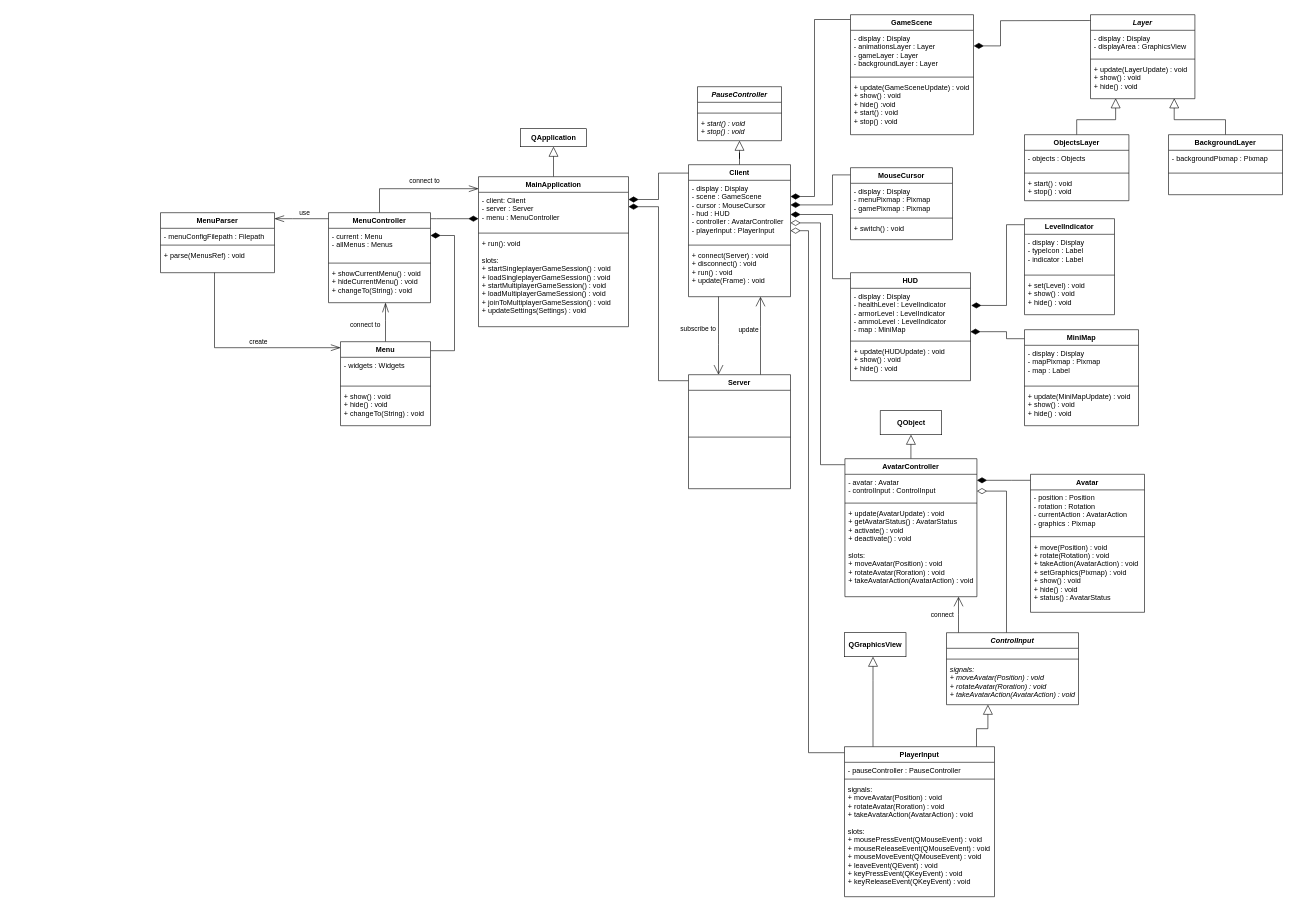
The draw.io diagram doc/class_diagram.drawio in TadekBiela/heisttown, before the edit. Source tidied: cells renumbered, new cells numbered last; positions are measured from the earlier drawing's top-left corner, leaving out a move shared by most shapes. Both pictures are drawn from the tidied source at 60%, with x=0, y=0 at pixel (160, 14).
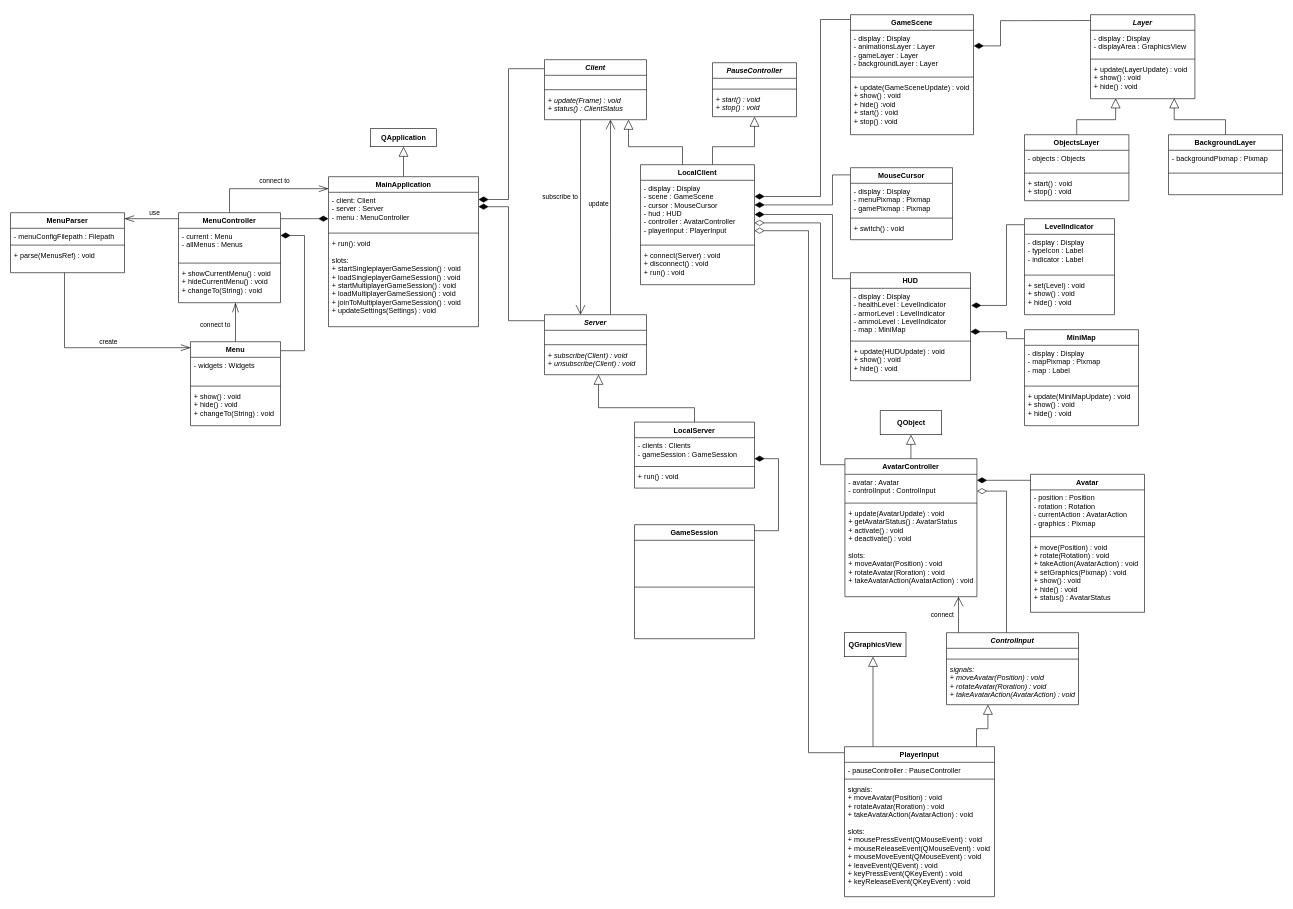
The same diagram, later.

Commit message:
Added Server class

Unchanged cells that the change refers to:
```xml
<mxCell id="4" value="- client: Client&#10;- server : Server&#10;- menu : MenuController" style="text;strokeColor=none;fillColor=none;align=left;verticalAlign=top;spacingLeft=4;spacingRight=4;overflow=hidden;points=[[0,0.5],[1,0.5]];portConstraint=eastwest;" parent="3" vertex="1">
  <mxGeometry y="26" width="250" height="64" as="geometry" />
</mxCell>
<mxCell id="19" value="- current : Menu&#10;- allMenus : Menus" style="text;strokeColor=none;fillColor=none;align=left;verticalAlign=top;spacingLeft=4;spacingRight=4;overflow=hidden;points=[[0,0.5],[1,0.5]];portConstraint=eastwest;" parent="18" vertex="1">
  <mxGeometry y="26" width="170" height="54" as="geometry" />
</mxCell>
<mxCell id="36" value="GameScene" style="swimlane;fontStyle=1;align=center;verticalAlign=top;horizontal=1;startSize=26;" parent="1" vertex="1">
  <mxGeometry x="1150" width="205" height="200" as="geometry" />
</mxCell>
<mxCell id="53" value="MouseCursor" style="swimlane;fontStyle=1;align=center;verticalAlign=top;horizontal=1;startSize=26;" parent="1" vertex="1">
  <mxGeometry x="1150" y="255" width="170" height="120" as="geometry" />
</mxCell>
```

What changed in the source:
```diff
@@
     <mxCell id="3" value="MainApplication" style="swimlane;fontStyle=1;align=center;verticalAlign=top;horizontal=1;startSize=26;" parent="1" vertex="1">
-      <mxGeometry x="530" y="270" width="250" height="250" as="geometry" />
+      <mxGeometry x="280" y="270" width="250" height="250" as="geometry" />
     </mxCell>
@@
-    <mxCell id="7" style="edgeStyle=orthogonalEdgeStyle;rounded=0;jettySize=auto;html=1;endArrow=open;endFill=0;endSize=14;" parent="1" edge="1" source="10" target="31">
+    <mxCell id="7" style="edgeStyle=orthogonalEdgeStyle;rounded=0;jettySize=auto;html=1;endArrow=open;endFill=0;endSize=14;" parent="1" edge="1" source="119" target="125">
       <mxGeometry relative="1" as="geometry">
         <Array as="points">
-          <mxPoint x="930" y="550" />
-          <mxPoint x="930" y="550" />
+          <mxPoint x="700" y="250" />
+          <mxPoint x="700" y="250" />
         </Array>
       </mxGeometry>
     </mxCell>
@@
     <mxCell id="9" style="edgeStyle=orthogonalEdgeStyle;rounded=0;jettySize=auto;html=1;endArrow=block;endFill=0;endSize=14;" parent="1" edge="1" source="10" target="99">
-      <mxGeometry relative="1" as="geometry" />
+      <mxGeometry relative="1" as="geometry">
+        <Array as="points">
+          <mxPoint x="920" y="220" />
+          <mxPoint x="990" y="220" />
+        </Array>
+      </mxGeometry>
     </mxCell>
-    <mxCell id="10" value="Client" style="swimlane;fontStyle=1;align=center;verticalAlign=top;horizontal=1;startSize=26;" parent="1" vertex="1">
-      <mxGeometry x="880" y="250" width="170" height="220" as="geometry" />
+    <mxCell id="10" value="LocalClient" style="swimlane;fontStyle=1;align=center;verticalAlign=top;horizontal=1;startSize=26;" parent="1" vertex="1">
+      <mxGeometry x="800" y="250" width="190" height="200" as="geometry" />
     </mxCell>
     <mxCell id="11" value="- display : Display&#10;- scene : GameScene&#10;- cursor : MouseCursor&#10;- hud : HUD&#10;- controller : AvatarController&#10;- playerInput : PlayerInput&#10;" style="text;strokeColor=none;fillColor=none;align=left;verticalAlign=top;spacingLeft=4;spacingRight=4;overflow=hidden;points=[[0,0.5],[1,0.5]];portConstraint=eastwest;" parent="10" vertex="1">
-      <mxGeometry y="26" width="170" height="104" as="geometry" />
+      <mxGeometry y="26" width="190" height="104" as="geometry" />
     </mxCell>
     <mxCell id="12" style="line;strokeWidth=1;fillColor=none;align=left;verticalAlign=middle;spacingTop=-1;spacingLeft=3;spacingRight=3;labelPosition=right;" parent="10" vertex="1">
-      <mxGeometry y="130" width="170" height="8" as="geometry" />
+      <mxGeometry y="130" width="190" height="8" as="geometry" />
     </mxCell>
-    <mxCell id="13" value="+ connect(Server) : void&#10;+ disconnect() : void&#10;+ run() : void&#10;+ update(Frame) : void" style="text;strokeColor=none;fillColor=none;align=left;verticalAlign=top;spacingLeft=4;spacingRight=4;overflow=hidden;" parent="10" vertex="1">
-      <mxGeometry y="138" width="170" height="82" as="geometry" />
+    <mxCell id="13" value="+ connect(Server) : void&#10;+ disconnect() : void&#10;+ run() : void" style="text;strokeColor=none;fillColor=none;align=left;verticalAlign=top;spacingLeft=4;spacingRight=4;overflow=hidden;" parent="10" vertex="1">
+      <mxGeometry y="138" width="190" height="62" as="geometry" />
     </mxCell>
-    <mxCell id="14" style="edgeStyle=orthogonalEdgeStyle;rounded=0;jettySize=auto;html=1;entryX=1;entryY=0.188;entryDx=0;entryDy=0;entryPerimeter=0;endArrow=diamondThin;endFill=1;endSize=14;" parent="1" edge="1" source="10" target="4">
+    <mxCell id="14" style="edgeStyle=orthogonalEdgeStyle;rounded=0;jettySize=auto;html=1;entryX=1;entryY=0.188;entryDx=0;entryDy=0;entryPerimeter=0;endArrow=diamondThin;endFill=1;endSize=14;" parent="1" edge="1" source="119" target="4">
       <mxGeometry relative="1" as="geometry">
         <Array as="points">
-          <mxPoint x="830" y="264" />
-          <mxPoint x="830" y="308" />
+          <mxPoint x="580" y="90" />
+          <mxPoint x="580" y="308" />
         </Array>
       </mxGeometry>
     </mxCell>
     <mxCell id="15" style="edgeStyle=orthogonalEdgeStyle;rounded=0;jettySize=auto;html=1;endArrow=diamondThin;endFill=1;endSize=14;" parent="1" edge="1" source="18" target="4">
       <mxGeometry relative="1" as="geometry">
         <Array as="points">
-          <mxPoint x="460" y="340" />
-          <mxPoint x="460" y="340" />
+          <mxPoint x="210" y="340" />
+          <mxPoint x="210" y="340" />
         </Array>
       </mxGeometry>
     </mxCell>
     <mxCell id="16" style="edgeStyle=orthogonalEdgeStyle;rounded=0;jettySize=auto;html=1;endArrow=openThin;endFill=0;endSize=14;" parent="1" edge="1" source="18" target="3">
       <mxGeometry relative="1" as="geometry">
         <Array as="points">
-          <mxPoint x="365" y="290" />
+          <mxPoint x="115" y="290" />
         </Array>
       </mxGeometry>
     </mxCell>
@@
     <mxCell id="18" value="MenuController" style="swimlane;fontStyle=1;align=center;verticalAlign=top;horizontal=1;startSize=26;" parent="1" vertex="1">
-      <mxGeometry x="280" y="330" width="170" height="150" as="geometry" />
+      <mxGeometry x="30" y="330" width="170" height="150" as="geometry" />
     </mxCell>
@@
     <mxCell id="22" style="edgeStyle=orthogonalEdgeStyle;rounded=0;jettySize=auto;html=1;entryX=1;entryY=0.222;entryDx=0;entryDy=0;entryPerimeter=0;endArrow=diamondThin;endFill=1;endSize=14;" parent="1" edge="1" source="25" target="19">
       <mxGeometry relative="1" as="geometry">
         <Array as="points">
-          <mxPoint x="490" y="560" />
-          <mxPoint x="490" y="368" />
+          <mxPoint x="240" y="560" />
+          <mxPoint x="240" y="368" />
         </Array>
       </mxGeometry>
     </mxCell>
     <mxCell id="23" style="edgeStyle=orthogonalEdgeStyle;rounded=0;jettySize=auto;html=1;endArrow=openThin;endFill=0;endSize=14;" parent="1" edge="1" source="25" target="18">
       <mxGeometry relative="1" as="geometry">
         <Array as="points">
-          <mxPoint x="375" y="510" />
-          <mxPoint x="375" y="510" />
+          <mxPoint x="125" y="510" />
+          <mxPoint x="125" y="510" />
         </Array>
       </mxGeometry>
     </mxCell>
@@
     <mxCell id="25" value="Menu" style="swimlane;fontStyle=1;align=center;verticalAlign=top;horizontal=1;startSize=26;" parent="1" vertex="1">
-      <mxGeometry x="300" y="545" width="150" height="140" as="geometry" />
+      <mxGeometry x="50" y="545" width="150" height="140" as="geometry" />
     </mxCell>
@@
-    <mxCell id="29" style="edgeStyle=orthogonalEdgeStyle;rounded=0;jettySize=auto;html=1;endArrow=diamondThin;endFill=1;endSize=14;" parent="1" edge="1" source="31" target="4">
+    <mxCell id="29" style="edgeStyle=orthogonalEdgeStyle;rounded=0;jettySize=auto;html=1;endArrow=diamondThin;endFill=1;endSize=14;" parent="1" edge="1" source="125" target="4">
       <mxGeometry relative="1" as="geometry">
         <Array as="points">
-          <mxPoint x="830" y="610" />
-          <mxPoint x="830" y="320" />
+          <mxPoint x="580" y="510" />
+          <mxPoint x="580" y="320" />
         </Array>
       </mxGeometry>
     </mxCell>
-    <mxCell id="30" value="update" style="edgeStyle=orthogonalEdgeStyle;rounded=0;jettySize=auto;html=1;endArrow=open;endFill=0;endSize=14;" parent="1" edge="1" source="31" target="10">
+    <mxCell id="30" value="update" style="edgeStyle=orthogonalEdgeStyle;rounded=0;jettySize=auto;html=1;endArrow=open;endFill=0;endSize=14;" parent="1" edge="1" source="125" target="119">
       <mxGeometry x="0.14" y="20" relative="1" as="geometry">
         <Array as="points">
-          <mxPoint x="1000" y="520" />
-          <mxPoint x="1000" y="520" />
+          <mxPoint x="750" y="370" />
+          <mxPoint x="750" y="370" />
         </Array>
       </mxGeometry>
     </mxCell>
-    <mxCell id="31" value="Server" style="swimlane;fontStyle=1;align=center;verticalAlign=top;horizontal=1;startSize=26;" parent="1" vertex="1">
-      <mxGeometry x="880" y="600" width="170" height="190" as="geometry" />
+    <mxCell id="31" value="LocalServer" style="swimlane;fontStyle=1;align=center;verticalAlign=top;horizontal=1;startSize=26;" parent="1" vertex="1">
+      <mxGeometry x="790" y="679" width="200" height="110" as="geometry" />
     </mxCell>
-    <mxCell id="32" value=" &#10;&#10;&#10;" style="text;strokeColor=none;fillColor=none;align=left;verticalAlign=top;spacingLeft=4;spacingRight=4;overflow=hidden;" parent="31" vertex="1">
-      <mxGeometry y="26" width="170" height="74" as="geometry" />
+    <mxCell id="32" value="- clients : Clients&#10;- gameSession : GameSession" style="text;strokeColor=none;fillColor=none;align=left;verticalAlign=top;spacingLeft=4;spacingRight=4;overflow=hidden;" parent="31" vertex="1">
+      <mxGeometry y="26" width="200" height="44" as="geometry" />
     </mxCell>
     <mxCell id="33" style="line;strokeWidth=1;fillColor=none;align=left;verticalAlign=middle;spacingTop=-1;spacingLeft=3;spacingRight=3;labelPosition=right;" parent="31" vertex="1">
-      <mxGeometry y="100" width="170" height="8" as="geometry" />
+      <mxGeometry y="70" width="200" height="8" as="geometry" />
     </mxCell>
-    <mxCell id="34" value="&#10;&#10;&#10;" style="text;strokeColor=none;fillColor=none;align=left;verticalAlign=top;spacingLeft=4;spacingRight=4;overflow=hidden;" parent="31" vertex="1">
-      <mxGeometry y="108" width="170" height="82" as="geometry" />
+    <mxCell id="34" value="+ run() : void" style="text;strokeColor=none;fillColor=none;align=left;verticalAlign=top;spacingLeft=4;spacingRight=4;overflow=hidden;" parent="31" vertex="1">
+      <mxGeometry y="78" width="200" height="32" as="geometry" />
     </mxCell>
-    <mxCell id="35" style="edgeStyle=orthogonalEdgeStyle;rounded=0;orthogonalLoop=1;jettySize=auto;html=1;endArrow=diamondThin;endFill=1;endSize=14;" parent="1" edge="1">
+    <mxCell id="35" style="edgeStyle=orthogonalEdgeStyle;rounded=0;jettySize=auto;html=1;endArrow=diamondThin;endFill=1;endSize=14;" parent="1" edge="1" source="36">
       <mxGeometry relative="1" as="geometry">
-        <mxPoint x="1150" y="8" as="sourcePoint" />
-        <mxPoint x="1050" y="303" as="targetPoint" />
+        <mxPoint x="990" y="303" as="targetPoint" />
         <Array as="points">
-          <mxPoint x="1090" y="8" />
-          <mxPoint x="1090" y="303" />
+          <mxPoint x="1100" y="8" />
+          <mxPoint x="1100" y="303" />
         </Array>
       </mxGeometry>
     </mxCell>
@@
-    <mxCell id="40" style="edgeStyle=orthogonalEdgeStyle;rounded=0;orthogonalLoop=1;jettySize=auto;html=1;endArrow=diamondThin;endFill=1;endSize=14;" parent="1" edge="1">
+    <mxCell id="40" style="edgeStyle=orthogonalEdgeStyle;rounded=0;jettySize=auto;html=1;endArrow=diamondThin;endFill=1;endSize=14;" parent="1" edge="1" source="53">
       <mxGeometry relative="1" as="geometry">
-        <mxPoint x="1150" y="267" as="sourcePoint" />
-        <mxPoint x="1050" y="317" as="targetPoint" />
+        <mxPoint x="990" y="317" as="targetPoint" />
         <Array as="points">
           <mxPoint x="1120" y="267" />
           <mxPoint x="1120" y="317" />
         </Array>
       </mxGeometry>
     </mxCell>
@@
     <mxCell id="52" value="&lt;b&gt;QApplication&lt;/b&gt;" style="html=1;" parent="1" vertex="1">
-      <mxGeometry x="600" y="190" width="110" height="30" as="geometry" />
+      <mxGeometry x="350" y="190" width="110" height="30" as="geometry" />
     </mxCell>
@@
     <mxCell id="99" value="PauseController" style="swimlane;fontStyle=3;align=center;verticalAlign=top;horizontal=1;startSize=26;" parent="1" vertex="1">
-      <mxGeometry x="895" y="120" width="140" height="90" as="geometry" />
+      <mxGeometry x="920" y="80" width="140" height="90" as="geometry" />
     </mxCell>
@@
     <mxCell id="107" value="MenuParser" style="swimlane;fontStyle=1;align=center;verticalAlign=top;horizontal=1;startSize=26;" parent="1" vertex="1">
-      <mxGeometry y="330" width="190" height="100" as="geometry" />
+      <mxGeometry x="-250" y="330" width="190" height="100" as="geometry" />
     </mxCell>
@@
     <mxCell id="111" style="edgeStyle=orthogonalEdgeStyle;rounded=0;jettySize=auto;html=1;endArrow=openThin;endFill=0;endSize=14;" parent="1" edge="1" source="107" target="25">
       <mxGeometry relative="1" as="geometry">
         <Array as="points">
-          <mxPoint x="90" y="555" />
+          <mxPoint x="-160" y="555" />
         </Array>
       </mxGeometry>
     </mxCell>
@@
     <mxCell id="113" style="edgeStyle=orthogonalEdgeStyle;rounded=0;jettySize=auto;html=1;endArrow=openThin;endFill=0;endSize=14;" parent="1" edge="1" source="18" target="107">
       <mxGeometry relative="1" as="geometry">
         <Array as="points">
-          <mxPoint x="220" y="340" />
-          <mxPoint x="220" y="340" />
+          <mxPoint x="-30" y="340" />
+          <mxPoint x="-30" y="340" />
         </Array>
       </mxGeometry>
     </mxCell>
@@
+    <mxCell id="115" value="GameSession" style="swimlane;fontStyle=1;align=center;verticalAlign=top;horizontal=1;startSize=26;" parent="1" vertex="1">
+      <mxGeometry x="790" y="850" width="200" height="190" as="geometry" />
+    </mxCell>
+    <mxCell id="116" value=" " style="text;strokeColor=none;fillColor=none;align=left;verticalAlign=top;spacingLeft=4;spacingRight=4;overflow=hidden;" parent="115" vertex="1">
+      <mxGeometry y="26" width="200" height="74" as="geometry" />
+    </mxCell>
+    <mxCell id="117" style="line;strokeWidth=1;fillColor=none;align=left;verticalAlign=middle;spacingTop=-1;spacingLeft=3;spacingRight=3;labelPosition=right;" parent="115" vertex="1">
+      <mxGeometry y="100" width="200" height="8" as="geometry" />
+    </mxCell>
+    <mxCell id="118" value=" " style="text;strokeColor=none;fillColor=none;align=left;verticalAlign=top;spacingLeft=4;spacingRight=4;overflow=hidden;" parent="115" vertex="1">
+      <mxGeometry y="108" width="200" height="82" as="geometry" />
+    </mxCell>
+    <mxCell id="119" value="Client" style="swimlane;fontStyle=3;align=center;verticalAlign=top;horizontal=1;startSize=26;" parent="1" vertex="1">
+      <mxGeometry x="640" y="75" width="170" height="100" as="geometry" />
+    </mxCell>
+    <mxCell id="120" value=" " style="text;strokeColor=none;fillColor=none;align=left;verticalAlign=top;spacingLeft=4;spacingRight=4;overflow=hidden;" parent="119" vertex="1">
+      <mxGeometry y="26" width="170" height="20" as="geometry" />
+    </mxCell>
+    <mxCell id="121" style="line;strokeWidth=1;fillColor=none;align=left;verticalAlign=middle;spacingTop=-1;spacingLeft=3;spacingRight=3;labelPosition=right;" parent="119" vertex="1">
+      <mxGeometry y="46" width="170" height="8" as="geometry" />
+    </mxCell>
+    <mxCell id="122" value="+ update(Frame) : void&#10;+ status() : ClientStatus" style="text;strokeColor=none;fillColor=none;align=left;verticalAlign=top;spacingLeft=4;spacingRight=4;overflow=hidden;fontStyle=2;" parent="119" vertex="1">
+      <mxGeometry y="54" width="170" height="46" as="geometry" />
+    </mxCell>
+    <mxCell id="123" style="endArrow=none;html=1;rounded=0;edgeStyle=orthogonalEdgeStyle;startArrow=block;startFill=0;startSize=14;endSize=14;" parent="1" edge="1" source="119" target="10">
+      <mxGeometry relative="1" as="geometry">
+        <Array as="points">
+          <mxPoint x="780" y="220" />
+          <mxPoint x="870" y="220" />
+        </Array>
+      </mxGeometry>
+    </mxCell>
+    <mxCell id="124" style="edgeStyle=orthogonalEdgeStyle;rounded=0;jettySize=auto;html=1;endArrow=diamondThin;endFill=1;endSize=14;" parent="1" edge="1" source="115" target="31">
+      <mxGeometry relative="1" as="geometry">
+        <Array as="points">
+          <mxPoint x="1030" y="860" />
+          <mxPoint x="1030" y="740" />
+        </Array>
+      </mxGeometry>
+    </mxCell>
+    <mxCell id="125" value="Server" style="swimlane;fontStyle=3;align=center;verticalAlign=top;horizontal=1;startSize=26;" parent="1" vertex="1">
+      <mxGeometry x="640" y="500" width="170" height="100" as="geometry" />
+    </mxCell>
+    <mxCell id="126" value=" " style="text;strokeColor=none;fillColor=none;align=left;verticalAlign=top;spacingLeft=4;spacingRight=4;overflow=hidden;" parent="125" vertex="1">
+      <mxGeometry y="26" width="170" height="20" as="geometry" />
+    </mxCell>
+    <mxCell id="127" style="line;strokeWidth=1;fillColor=none;align=left;verticalAlign=middle;spacingTop=-1;spacingLeft=3;spacingRight=3;labelPosition=right;" parent="125" vertex="1">
+      <mxGeometry y="46" width="170" height="8" as="geometry" />
+    </mxCell>
+    <mxCell id="128" value="+ subscribe(Client) : void&#10;+ unsubscribe(Client) : void" style="text;strokeColor=none;fillColor=none;align=left;verticalAlign=top;spacingLeft=4;spacingRight=4;overflow=hidden;fontStyle=2;" parent="125" vertex="1">
+      <mxGeometry y="54" width="170" height="46" as="geometry" />
+    </mxCell>
+    <mxCell id="129" style="endArrow=none;html=1;rounded=0;edgeStyle=orthogonalEdgeStyle;startArrow=block;startFill=0;startSize=14;endSize=14;" parent="1" edge="1" source="125" target="31">
+      <mxGeometry relative="1" as="geometry">
+        <Array as="points">
+          <mxPoint x="730" y="655" />
+        </Array>
+      </mxGeometry>
+    </mxCell>
```
